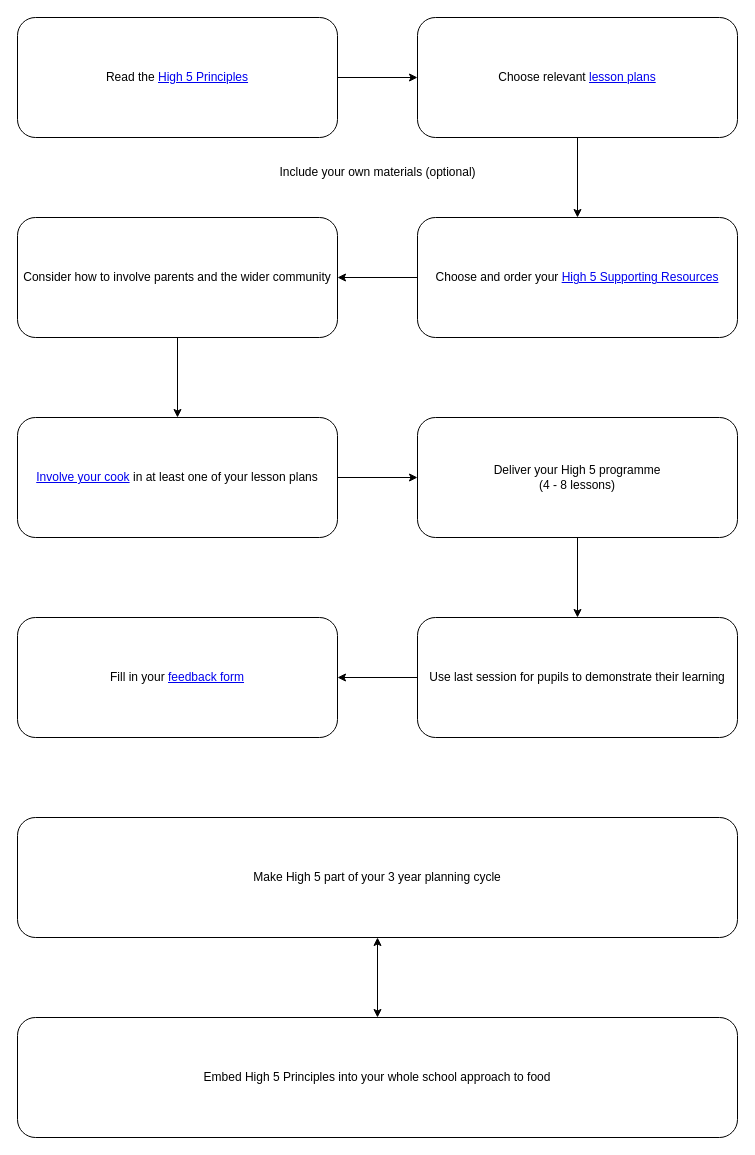
Earlier version of the draw.io diagram HighFiveFlowchart.drawio (barrycollard/NHS-Highland-Public-Health). Source tidied: cells renumbered, new cells numbered last; positions are measured from the earlier drawing's top-left corner, leaving out a move shared by most shapes. Both pictures are drawn from the tidied source at 100%, with x=0, y=0 at pixel (17, 17).
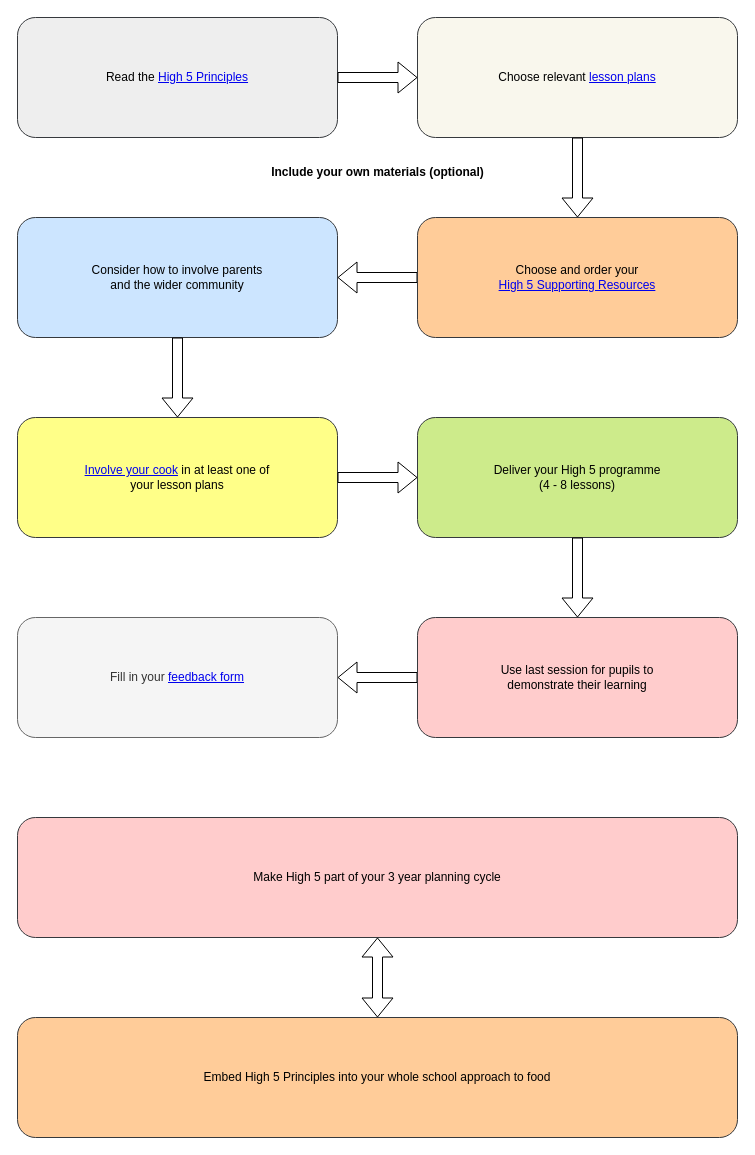
After the change.

Diff of the diagram source:
```diff
@@
+    <mxCell id="3" value="Read the &lt;a href=&quot;https://www.highfive.scot.nhs.uk/toolkit/highfive-principles/&quot;&gt;High 5 Principles&lt;/a&gt;" style="rounded=1;whiteSpace=wrap;html=1;fillColor=#eeeeee;strokeColor=#36393d;" parent="1" vertex="1">
+      <mxGeometry width="320" height="120" as="geometry" />
+    </mxCell>
+    <mxCell id="5" value="Choose relevant &lt;a href=&quot;https://www.highfive.scot.nhs.uk/toolkit/lesson-plans/&quot;&gt;lesson plans&lt;/a&gt;" style="rounded=1;whiteSpace=wrap;html=1;fillColor=#f9f7ed;strokeColor=#36393d;" parent="1" vertex="1">
+      <mxGeometry x="400" width="320" height="120" as="geometry" />
+    </mxCell>
-    <mxCell id="2" style="edgeStyle=orthogonalEdgeStyle;rounded=0;jettySize=auto;html=1;" parent="1" edge="1" source="3" target="5">
+    <mxCell id="2" style="edgeStyle=orthogonalEdgeStyle;rounded=0;jettySize=auto;html=1;shape=flexArrow;" parent="1" edge="1" source="3" target="5">
       <mxGeometry relative="1" as="geometry" />
     </mxCell>
-    <mxCell id="3" value="Read the &lt;a href=&quot;https://www.highfive.scot.nhs.uk/toolkit/highfive-principles/&quot;&gt;High 5 Principles&lt;/a&gt;" style="rounded=1;whiteSpace=wrap;html=1;" parent="1" vertex="1">
-      <mxGeometry width="320" height="120" as="geometry" />
-    </mxCell>
-    <mxCell id="4" style="edgeStyle=orthogonalEdgeStyle;rounded=0;jettySize=auto;html=1;" parent="1" edge="1" source="5" target="9">
-      <mxGeometry relative="1" as="geometry" />
-    </mxCell>
-    <mxCell id="5" value="Choose relevant &lt;a href=&quot;https://www.highfive.scot.nhs.uk/toolkit/lesson-plans/&quot;&gt;lesson plans&lt;/a&gt;" style="rounded=1;whiteSpace=wrap;html=1;" parent="1" vertex="1">
-      <mxGeometry x="400" width="320" height="120" as="geometry" />
-    </mxCell>
-    <mxCell id="6" style="edgeStyle=orthogonalEdgeStyle;rounded=0;jettySize=auto;html=1;" parent="1" edge="1" source="7" target="11">
-      <mxGeometry relative="1" as="geometry" />
-    </mxCell>
-    <mxCell id="7" value="Consider how to involve parents and the wider community" style="rounded=1;whiteSpace=wrap;html=1;" parent="1" vertex="1">
+    <mxCell id="7" value="Consider how to involve parents&lt;br&gt;and the wider community" style="rounded=1;whiteSpace=wrap;html=1;fillColor=#cce5ff;strokeColor=#36393d;" parent="1" vertex="1">
       <mxGeometry y="200" width="320" height="120" as="geometry" />
     </mxCell>
-    <mxCell id="8" style="edgeStyle=orthogonalEdgeStyle;rounded=0;jettySize=auto;html=1;" parent="1" edge="1" source="9" target="7">
+    <mxCell id="8" style="edgeStyle=orthogonalEdgeStyle;rounded=0;jettySize=auto;html=1;shape=flexArrow;" parent="1" edge="1" source="9" target="7">
       <mxGeometry relative="1" as="geometry" />
     </mxCell>
-    <mxCell id="9" value="Choose and order your &lt;a href=&quot;https://www.highfive.scot.nhs.uk/toolkit/running-a-highfive-programme/high-5-resources/&quot;&gt;High 5 Supporting Resources&lt;/a&gt;" style="rounded=1;whiteSpace=wrap;html=1;" parent="1" vertex="1">
+    <mxCell id="9" value="Choose and order your &lt;br&gt;&lt;a href=&quot;https://www.highfive.scot.nhs.uk/toolkit/running-a-highfive-programme/high-5-resources/&quot;&gt;High 5 Supporting Resources&lt;/a&gt;" style="rounded=1;whiteSpace=wrap;html=1;fillColor=#ffcc99;strokeColor=#36393d;" parent="1" vertex="1">
       <mxGeometry x="400" y="200" width="320" height="120" as="geometry" />
     </mxCell>
+    <mxCell id="4" style="edgeStyle=orthogonalEdgeStyle;rounded=0;jettySize=auto;html=1;shape=flexArrow;" parent="1" edge="1" source="5" target="9">
+      <mxGeometry relative="1" as="geometry" />
+    </mxCell>
+    <mxCell id="11" value="&lt;a href=&quot;https://www.highfive.scot.nhs.uk/toolkit/running-a-highfive-programme/involving-your-cook/&quot;&gt;Involve your cook&lt;/a&gt; in at least one of &lt;br&gt;your lesson plans" style="rounded=1;whiteSpace=wrap;html=1;fillColor=#ffff88;strokeColor=#36393d;" parent="1" vertex="1">
+      <mxGeometry y="400" width="320" height="120" as="geometry" />
+    </mxCell>
+    <mxCell id="6" style="edgeStyle=orthogonalEdgeStyle;rounded=0;jettySize=auto;html=1;shape=flexArrow;" parent="1" edge="1" source="7" target="11">
+      <mxGeometry relative="1" as="geometry" />
+    </mxCell>
+    <mxCell id="13" value="Deliver your High 5 programme&lt;br&gt;(4 - 8 lessons)" style="rounded=1;whiteSpace=wrap;html=1;fillColor=#cdeb8b;strokeColor=#36393d;" parent="1" vertex="1">
+      <mxGeometry x="400" y="400" width="320" height="120" as="geometry" />
+    </mxCell>
-    <mxCell id="10" style="edgeStyle=orthogonalEdgeStyle;rounded=0;jettySize=auto;html=1;" parent="1" edge="1" source="11" target="13">
+    <mxCell id="10" style="edgeStyle=orthogonalEdgeStyle;rounded=0;jettySize=auto;html=1;shape=flexArrow;" parent="1" edge="1" source="11" target="13">
       <mxGeometry relative="1" as="geometry" />
     </mxCell>
-    <mxCell id="11" value="&lt;a href=&quot;https://www.highfive.scot.nhs.uk/toolkit/running-a-highfive-programme/involving-your-cook/&quot;&gt;Involve your cook&lt;/a&gt; in at least one of your lesson plans" style="rounded=1;whiteSpace=wrap;html=1;" parent="1" vertex="1">
-      <mxGeometry y="400" width="320" height="120" as="geometry" />
-    </mxCell>
-    <mxCell id="12" style="edgeStyle=orthogonalEdgeStyle;rounded=0;jettySize=auto;html=1;" parent="1" edge="1" source="13" target="16">
-      <mxGeometry relative="1" as="geometry" />
-    </mxCell>
-    <mxCell id="13" value="Deliver your High 5 programme&lt;br&gt;(4 - 8 lessons)" style="rounded=1;whiteSpace=wrap;html=1;" parent="1" vertex="1">
-      <mxGeometry x="400" y="400" width="320" height="120" as="geometry" />
-    </mxCell>
-    <mxCell id="14" value="Fill in your &lt;a href=&quot;https://www.highfive.scot.nhs.uk/toolkit/running-a-highfive-programme/feedback-form/&quot;&gt;feedback form&lt;/a&gt;" style="rounded=1;whiteSpace=wrap;html=1;" parent="1" vertex="1">
+    <mxCell id="14" value="Fill in your &lt;a href=&quot;https://www.highfive.scot.nhs.uk/toolkit/running-a-highfive-programme/feedback-form/&quot;&gt;feedback form&lt;/a&gt;" style="rounded=1;whiteSpace=wrap;html=1;fillColor=#f5f5f5;fontColor=#333333;strokeColor=#666666;" parent="1" vertex="1">
       <mxGeometry y="600" width="320" height="120" as="geometry" />
     </mxCell>
-    <mxCell id="15" style="edgeStyle=orthogonalEdgeStyle;rounded=0;jettySize=auto;html=1;" parent="1" edge="1" source="16" target="14">
+    <mxCell id="15" style="edgeStyle=orthogonalEdgeStyle;rounded=0;jettySize=auto;html=1;shape=flexArrow;" parent="1" edge="1" source="16" target="14">
       <mxGeometry relative="1" as="geometry" />
     </mxCell>
-    <mxCell id="16" value="Use last session for pupils to demonstrate their learning" style="rounded=1;whiteSpace=wrap;html=1;" parent="1" vertex="1">
+    <mxCell id="16" value="Use last session for pupils to &lt;br&gt;demonstrate their learning" style="rounded=1;whiteSpace=wrap;html=1;fillColor=#ffcccc;strokeColor=#36393d;" parent="1" vertex="1">
       <mxGeometry x="400" y="600" width="320" height="120" as="geometry" />
     </mxCell>
-    <mxCell id="17" style="edgeStyle=orthogonalEdgeStyle;rounded=0;jettySize=auto;html=1;startArrow=classic;startFill=1;" parent="1" edge="1" source="18" target="19">
-      <mxGeometry relative="1" as="geometry" />
-    </mxCell>
+    <mxCell id="12" style="edgeStyle=orthogonalEdgeStyle;rounded=0;jettySize=auto;html=1;shape=flexArrow;" parent="1" edge="1" source="13" target="16">
+      <mxGeometry relative="1" as="geometry" />
+    </mxCell>
-    <mxCell id="18" value="Make High 5 part of your 3 year planning cycle" style="rounded=1;whiteSpace=wrap;html=1;" parent="1" vertex="1">
+    <mxCell id="18" value="Make High 5 part of your 3 year planning cycle" style="rounded=1;whiteSpace=wrap;html=1;fillColor=#ffcccc;strokeColor=#36393d;" parent="1" vertex="1">
       <mxGeometry y="800" width="720" height="120" as="geometry" />
     </mxCell>
-    <mxCell id="19" value="Embed High 5 Principles into your whole school approach to food" style="rounded=1;whiteSpace=wrap;html=1;" parent="1" vertex="1">
+    <mxCell id="19" value="Embed High 5 Principles into your whole school approach to food" style="rounded=1;whiteSpace=wrap;html=1;fillColor=#ffcc99;strokeColor=#36393d;" parent="1" vertex="1">
       <mxGeometry y="1000" width="720" height="120" as="geometry" />
     </mxCell>
+    <mxCell id="17" style="edgeStyle=orthogonalEdgeStyle;rounded=0;jettySize=auto;html=1;startArrow=classic;startFill=1;shape=flexArrow;" parent="1" edge="1" source="18" target="19">
+      <mxGeometry relative="1" as="geometry" />
+    </mxCell>
-    <mxCell id="20" value="Include your own materials (optional)" style="text;html=1;align=center;verticalAlign=middle;strokeColor=none;fillColor=none;" parent="1" vertex="1">
-      <mxGeometry x="250" y="140" width="220" height="30" as="geometry" />
+    <mxCell id="20" value="&lt;b&gt;Include your own materials (optional)&lt;/b&gt;" style="text;html=1;align=center;verticalAlign=middle;strokeColor=none;fillColor=none;" parent="1" vertex="1">
+      <mxGeometry x="240" y="140" width="240" height="30" as="geometry" />
     </mxCell>
```
